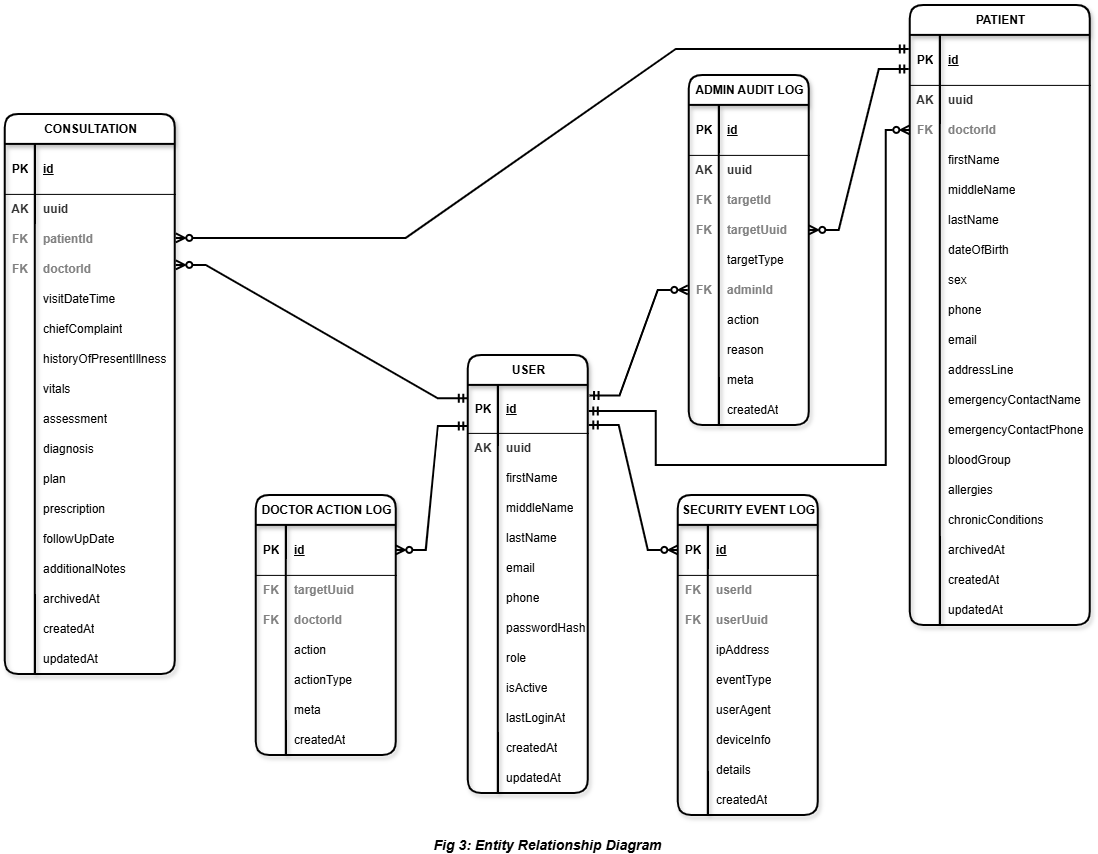
This is docs/diagrams/erd.png from DA-Ebegbetale/clinic-mgmt-sys, a draw.io export, as it was before one commit. Source tidied: cells renumbered, new cells last; positions are measured from the earlier drawing's top-left corner, leaving out a move shared by most shapes.
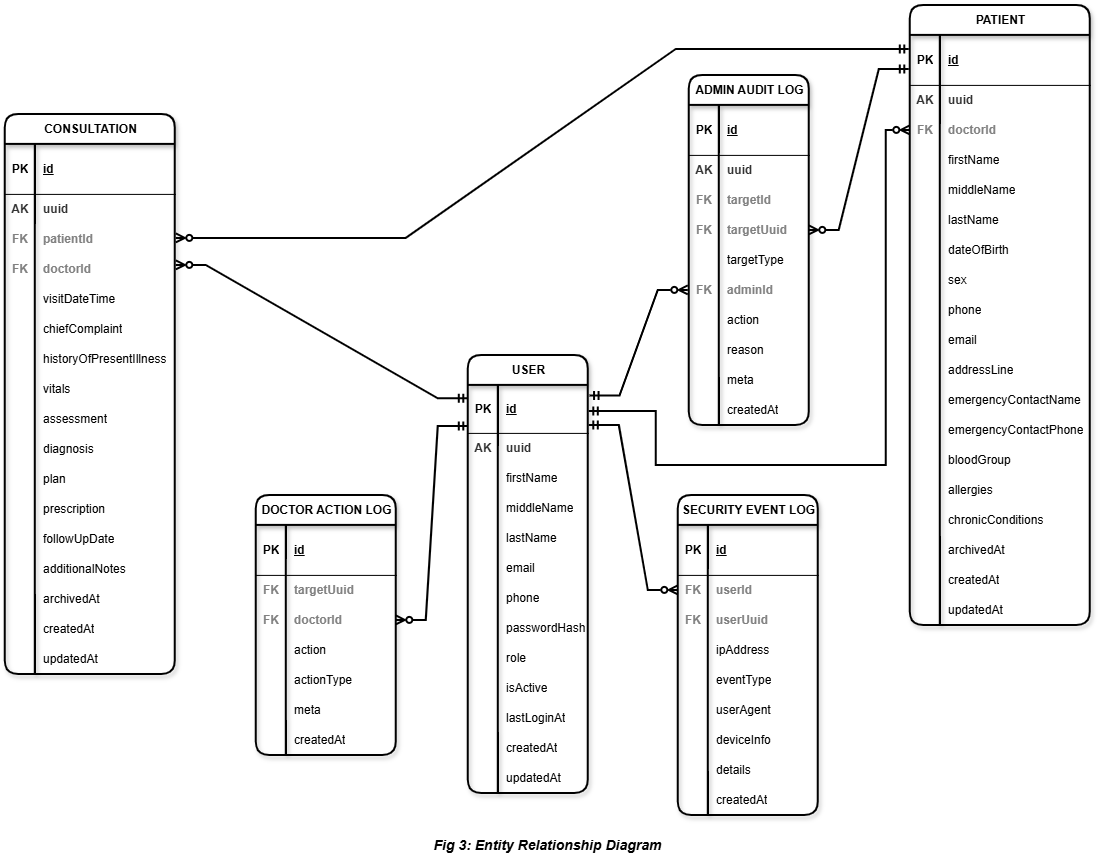
The same file after the commit.

Diff of the diagram source:
```diff
@@ -724,12 +724,12 @@
     <mxCell id="237" value="createdAt" style="shape=partialRectangle;fillColor=none;top=0;left=0;bottom=0;right=0;align=left;spacingLeft=6;overflow=hidden;whiteSpace=wrap;html=1;" parent="235" vertex="1">
       <mxGeometry x="30" width="110" height="30" as="geometry" />
     </mxCell>
-    <mxCell id="238" style="edgeStyle=entityRelationEdgeStyle;fontSize=12;html=1;endArrow=ERmandOne;startArrow=ERzeroToMany;rounded=0;strokeWidth=2;startFill=0;endFill=0;exitX=1;exitY=0.5;exitDx=0;exitDy=0;" parent="1" edge="1" source="217">
+    <mxCell id="238" style="edgeStyle=entityRelationEdgeStyle;fontSize=12;html=1;endArrow=ERmandOne;startArrow=ERzeroToMany;rounded=0;strokeWidth=2;startFill=0;endFill=0;exitX=1;exitY=0.5;exitDx=0;exitDy=0;" parent="1" edge="1" source="223">
       <mxGeometry relative="1" as="geometry">
         <mxPoint x="463" y="421" as="targetPoint" />
       </mxGeometry>
     </mxCell>
-    <mxCell id="239" style="edgeStyle=entityRelationEdgeStyle;fontSize=12;html=1;endArrow=ERzeroToMany;startArrow=ERmandOne;rounded=0;strokeWidth=2;startFill=0;endFill=0;exitX=1;exitY=0.296;exitDx=0;exitDy=0;exitPerimeter=0;entryX=0;entryY=0.5;entryDx=0;entryDy=0;" parent="1" edge="1" target="189">
+    <mxCell id="239" style="edgeStyle=entityRelationEdgeStyle;fontSize=12;html=1;endArrow=ERzeroToMany;startArrow=ERmandOne;rounded=0;strokeWidth=2;startFill=0;endFill=0;exitX=1;exitY=0.296;exitDx=0;exitDy=0;exitPerimeter=0;entryX=0;entryY=0.5;entryDx=0;entryDy=0;" parent="1" edge="1" target="192">
       <mxGeometry relative="1" as="geometry">
         <mxPoint x="584" y="420" as="sourcePoint" />
       </mxGeometry>
```
